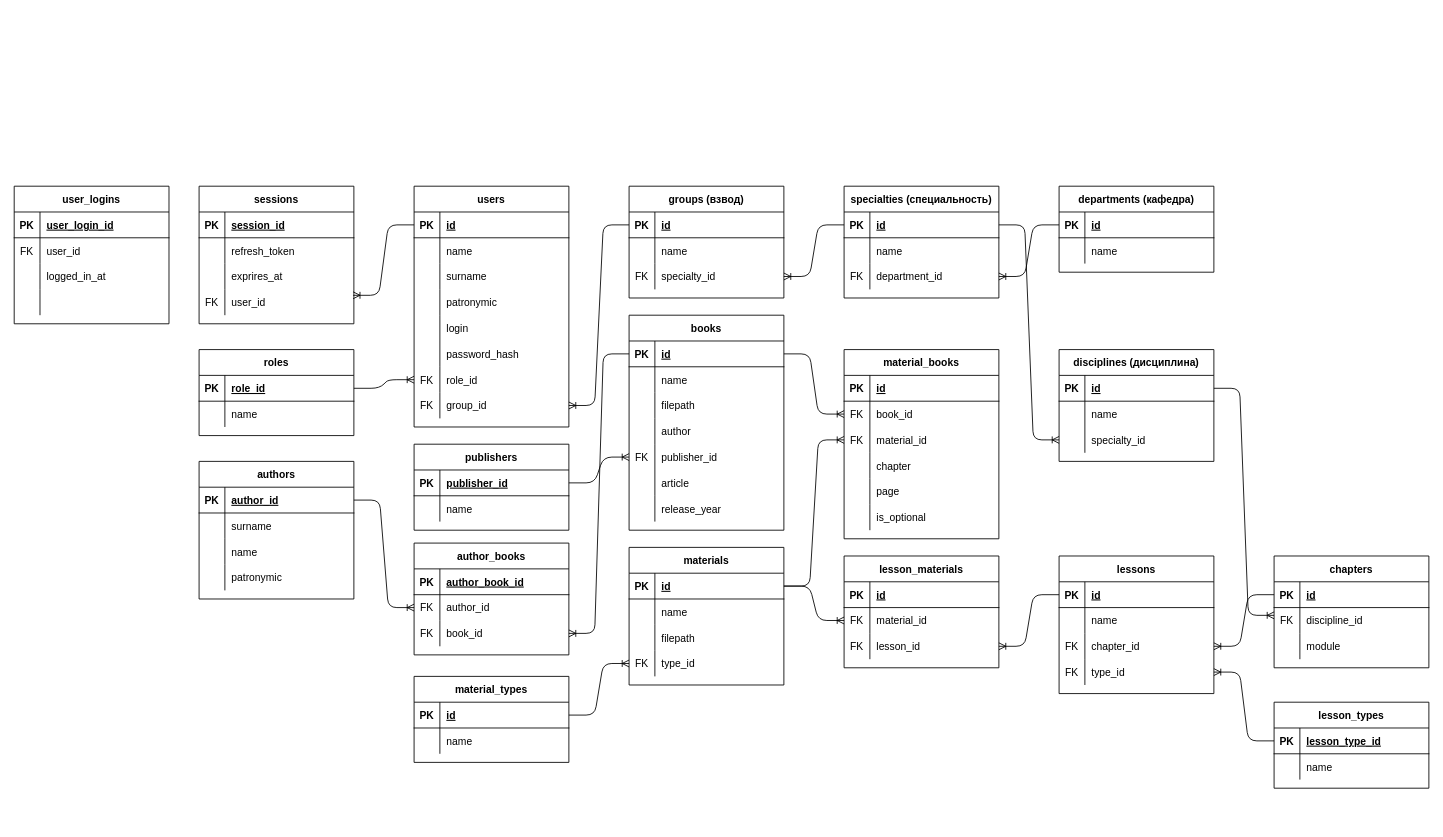
foreverd34d/aumsu-elib keeps this draw.io diagram as db/erd.drawio. Above is the earlier version. Source tidied: cells renumbered, new cells numbered last; positions are measured from the earlier drawing's top-left corner, leaving out a move shared by most shapes. Both pictures are drawn from the tidied source at 86%, with x=0, y=0 at pixel (14, 186).
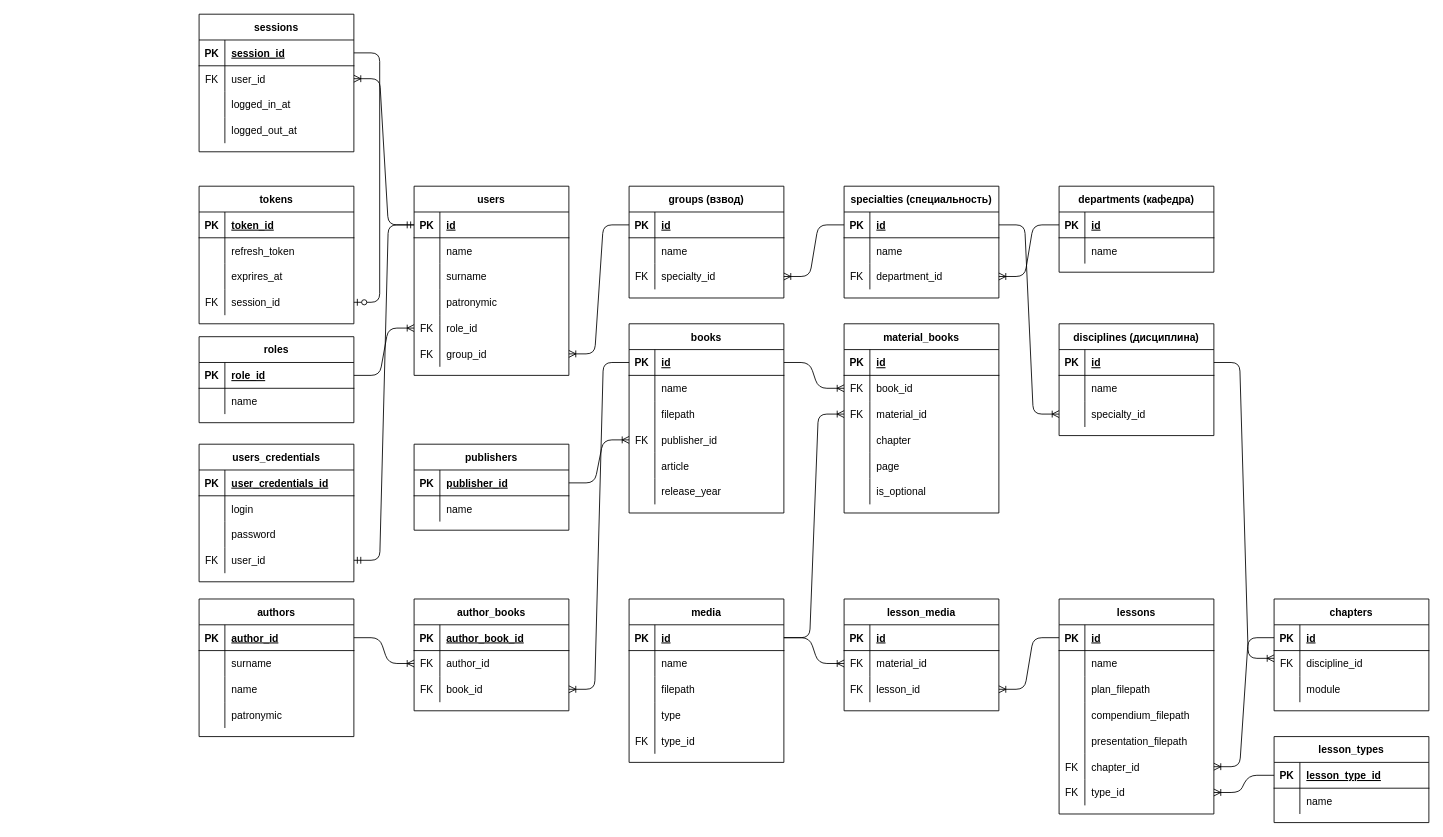
After the change.

The change refers to these unchanged cells:
```xml
<mxCell id="3" style="shape=partialRectangle;fillColor=none;top=0;left=0;bottom=1;right=0;points=[[0,0.5],[1,0.5]];portConstraint=eastwest;" parent="2" vertex="1">
  <mxGeometry y="30" width="180" height="30" as="geometry" />
</mxCell>
<mxCell id="203" style="shape=partialRectangle;fillColor=none;top=0;left=0;bottom=1;right=0;" parent="202" vertex="1">
  <mxGeometry y="30" width="180" height="30" as="geometry" />
</mxCell>
<mxCell id="212" style="shape=partialRectangle;fillColor=none;top=0;left=0;bottom=0;right=0;points=[[0,0.5],[1,0.5]];portConstraint=eastwest;" parent="202" vertex="1">
  <mxGeometry y="120" width="180" height="30" as="geometry" />
</mxCell>
<mxCell id="233" style="shape=partialRectangle;fillColor=none;top=0;left=0;bottom=1;right=0;points=[[0,0.5],[1,0.5]];portConstraint=eastwest;" parent="232" vertex="1">
  <mxGeometry y="30" width="180" height="30" as="geometry" />
</mxCell>
<mxCell id="236" style="shape=partialRectangle;fillColor=none;top=0;left=0;bottom=0;right=0;points=[[0,0.5],[1,0.5]];portConstraint=eastwest;" parent="232" vertex="1">
  <mxGeometry y="60" width="180" height="30" as="geometry" />
</mxCell>
<mxCell id="242" style="shape=partialRectangle;fillColor=none;top=0;left=0;bottom=0;right=0;" parent="232" vertex="1">
  <mxGeometry y="120" width="180" height="30" as="geometry" />
</mxCell>
```

Change to the diagram source:
```diff
@@
     <mxCell id="2" value="users" style="shape=table;startSize=30;childLayout=tableLayout;rowLines=0;fontStyle=1;align=center;rounded=0;" parent="1" vertex="1">
-      <mxGeometry x="465" width="180" height="280" as="geometry" />
+      <mxGeometry x="465" width="180" height="220" as="geometry" />
     </mxCell>
@@
-    <mxCell id="15" style="shape=partialRectangle;fillColor=none;top=0;left=0;bottom=0;right=0;" parent="2" vertex="1">
-      <mxGeometry y="150" width="180" height="30" as="geometry" />
-    </mxCell>
-    <mxCell id="16" style="shape=partialRectangle;fillColor=none;top=0;left=0;bottom=0;right=0;overflow=hidden;" parent="15" vertex="1">
-      <mxGeometry width="30" height="30" as="geometry" />
-    </mxCell>
-    <mxCell id="17" value="login" style="shape=partialRectangle;fillColor=none;top=0;left=0;bottom=0;right=0;align=left;spacingLeft=6;overflow=hidden;" parent="15" vertex="1">
-      <mxGeometry x="30" width="150" height="30" as="geometry" />
-    </mxCell>
-    <mxCell id="18" style="shape=partialRectangle;fillColor=none;top=0;left=0;bottom=0;right=0;" parent="2" vertex="1">
-      <mxGeometry y="180" width="180" height="30" as="geometry" />
-    </mxCell>
-    <mxCell id="19" style="shape=partialRectangle;fillColor=none;top=0;left=0;bottom=0;right=0;overflow=hidden;" parent="18" vertex="1">
-      <mxGeometry width="30" height="30" as="geometry" />
-    </mxCell>
-    <mxCell id="20" value="password_hash" style="shape=partialRectangle;fillColor=none;top=0;left=0;bottom=0;right=0;align=left;spacingLeft=6;overflow=hidden;" parent="18" vertex="1">
-      <mxGeometry x="30" width="150" height="30" as="geometry" />
-    </mxCell>
     <mxCell id="21" style="shape=partialRectangle;fillColor=none;top=0;left=0;bottom=0;right=0;points=[[0,0.5],[1,0.5]];portConstraint=eastwest;" parent="2" vertex="1">
-      <mxGeometry y="210" width="180" height="30" as="geometry" />
+      <mxGeometry y="150" width="180" height="30" as="geometry" />
     </mxCell>
@@
     <mxCell id="24" style="shape=partialRectangle;fillColor=none;top=0;left=0;bottom=0;right=0;points=[[0,0.5],[1,0.5]];portConstraint=eastwest;" parent="2" vertex="1">
-      <mxGeometry y="240" width="180" height="30" as="geometry" />
+      <mxGeometry y="180" width="180" height="30" as="geometry" />
     </mxCell>
@@
-    <mxCell id="57" value="materials" style="shape=table;startSize=30;childLayout=tableLayout;rowLines=0;fontStyle=1;align=center;rounded=0;" parent="1" vertex="1">
-      <mxGeometry x="715" y="420" width="180" height="160" as="geometry" />
+    <mxCell id="57" value="media" style="shape=table;startSize=30;childLayout=tableLayout;rowLines=0;fontStyle=1;align=center;rounded=0;" parent="1" vertex="1">
+      <mxGeometry x="715" y="480" width="180" height="190" as="geometry" />
     </mxCell>
@@
+    <mxCell id="245" style="shape=partialRectangle;fillColor=none;top=0;left=0;bottom=0;right=0;" parent="57" vertex="1">
+      <mxGeometry y="120" width="180" height="30" as="geometry" />
+    </mxCell>
+    <mxCell id="246" style="shape=partialRectangle;fillColor=none;top=0;left=0;bottom=0;right=0;overflow=hidden;" parent="245" vertex="1">
+      <mxGeometry width="30" height="30" as="geometry" />
+    </mxCell>
+    <mxCell id="247" value="type" style="shape=partialRectangle;fillColor=none;top=0;left=0;bottom=0;right=0;align=left;spacingLeft=6;overflow=hidden;" parent="245" vertex="1">
+      <mxGeometry x="30" width="150" height="30" as="geometry" />
+    </mxCell>
     <mxCell id="67" style="shape=partialRectangle;fillColor=none;top=0;left=0;bottom=0;right=0;points=[[0,0.5],[1,0.5]];portConstraint=eastwest;" parent="57" vertex="1">
-      <mxGeometry y="120" width="180" height="30" as="geometry" />
+      <mxGeometry y="150" width="180" height="30" as="geometry" />
     </mxCell>
@@
-    <mxCell id="70" value="material_types" style="shape=table;startSize=30;childLayout=tableLayout;rowLines=0;fontStyle=1;align=center;rounded=0;" parent="1" vertex="1">
-      <mxGeometry x="465" y="570" width="180" height="100" as="geometry" />
-    </mxCell>
-    <mxCell id="71" style="shape=partialRectangle;fillColor=none;top=0;left=0;bottom=1;right=0;points=[[0,0.5],[1,0.5]];portConstraint=eastwest;" parent="70" vertex="1">
-      <mxGeometry y="30" width="180" height="30" as="geometry" />
-    </mxCell>
-    <mxCell id="72" value="PK" style="shape=partialRectangle;fillColor=none;top=0;left=0;bottom=0;right=0;fontStyle=1;overflow=hidden;" parent="71" vertex="1">
-      <mxGeometry width="30" height="30" as="geometry" />
-    </mxCell>
-    <mxCell id="73" value="id" style="shape=partialRectangle;fillColor=none;top=0;left=0;bottom=0;right=0;align=left;spacingLeft=6;fontStyle=5;overflow=hidden;" parent="71" vertex="1">
-      <mxGeometry x="30" width="150" height="30" as="geometry" />
-    </mxCell>
-    <mxCell id="74" style="shape=partialRectangle;fillColor=none;top=0;left=0;bottom=0;right=0;" parent="70" vertex="1">
-      <mxGeometry y="60" width="180" height="30" as="geometry" />
-    </mxCell>
-    <mxCell id="75" style="shape=partialRectangle;fillColor=none;top=0;left=0;bottom=0;right=0;overflow=hidden;" parent="74" vertex="1">
-      <mxGeometry width="30" height="30" as="geometry" />
-    </mxCell>
-    <mxCell id="76" value="name" style="shape=partialRectangle;fillColor=none;top=0;left=0;bottom=0;right=0;align=left;spacingLeft=6;overflow=hidden;" parent="74" vertex="1">
-      <mxGeometry x="30" width="150" height="30" as="geometry" />
-    </mxCell>
-    <mxCell id="77" style="edgeStyle=entityRelationEdgeStyle;fontSize=12;html=1;endArrow=ERoneToMany;exitX=1;exitY=0.5;exitDx=0;exitDy=0;entryX=0;entryY=0.5;entryDx=0;entryDy=0;" parent="1" edge="1" source="71" target="67">
-      <mxGeometry relative="1" as="geometry" />
-    </mxCell>
     <mxCell id="78" value="books" style="shape=table;startSize=30;childLayout=tableLayout;rowLines=0;fontStyle=1;align=center;rounded=0;" parent="1" vertex="1">
-      <mxGeometry x="715" y="150" width="180" height="250" as="geometry" />
+      <mxGeometry x="715" y="160" width="180" height="220" as="geometry" />
     </mxCell>
@@
-    <mxCell id="88" style="shape=partialRectangle;fillColor=none;top=0;left=0;bottom=0;right=0;" parent="78" vertex="1">
-      <mxGeometry y="120" width="180" height="30" as="geometry" />
-    </mxCell>
-    <mxCell id="89" style="shape=partialRectangle;fillColor=none;top=0;left=0;bottom=0;right=0;overflow=hidden;" parent="88" vertex="1">
-      <mxGeometry width="30" height="30" as="geometry" />
-    </mxCell>
-    <mxCell id="90" value="author" style="shape=partialRectangle;fillColor=none;top=0;left=0;bottom=0;right=0;align=left;spacingLeft=6;overflow=hidden;" parent="88" vertex="1">
-      <mxGeometry x="30" width="150" height="30" as="geometry" />
-    </mxCell>
     <mxCell id="91" style="shape=partialRectangle;fillColor=none;top=0;left=0;bottom=0;right=0;points=[[0,0.5],[1,0.5]];portConstraint=eastwest;" parent="78" vertex="1">
-      <mxGeometry y="150" width="180" height="30" as="geometry" />
+      <mxGeometry y="120" width="180" height="30" as="geometry" />
     </mxCell>
@@
     <mxCell id="94" style="shape=partialRectangle;fillColor=none;top=0;left=0;bottom=0;right=0;" parent="78" vertex="1">
-      <mxGeometry y="180" width="180" height="30" as="geometry" />
+      <mxGeometry y="150" width="180" height="30" as="geometry" />
     </mxCell>
@@
     <mxCell id="97" style="shape=partialRectangle;fillColor=none;top=0;left=0;bottom=0;right=0;" parent="78" vertex="1">
-      <mxGeometry y="210" width="180" height="30" as="geometry" />
+      <mxGeometry y="180" width="180" height="30" as="geometry" />
     </mxCell>
@@
     <mxCell id="100" value="material_books" style="shape=table;startSize=30;childLayout=tableLayout;rowLines=0;fontStyle=1;align=center;rounded=0;" parent="1" vertex="1">
-      <mxGeometry x="965" y="190" width="180" height="220" as="geometry" />
+      <mxGeometry x="965" y="160" width="180" height="220" as="geometry" />
     </mxCell>
@@
     <mxCell id="121" value="lessons" style="shape=table;startSize=30;childLayout=tableLayout;rowLines=0;fontStyle=1;align=center;rounded=0;" parent="1" vertex="1">
-      <mxGeometry x="1215" y="430" width="180" height="160" as="geometry" />
+      <mxGeometry x="1215" y="480" width="180" height="250" as="geometry" />
     </mxCell>
@@
+    <mxCell id="248" style="shape=partialRectangle;fillColor=none;top=0;left=0;bottom=0;right=0;" parent="121" vertex="1">
+      <mxGeometry y="90" width="180" height="30" as="geometry" />
+    </mxCell>
+    <mxCell id="249" style="shape=partialRectangle;fillColor=none;top=0;left=0;bottom=0;right=0;overflow=hidden;" parent="248" vertex="1">
+      <mxGeometry width="30" height="30" as="geometry" />
+    </mxCell>
+    <mxCell id="250" value="plan_filepath" style="shape=partialRectangle;fillColor=none;top=0;left=0;bottom=0;right=0;align=left;spacingLeft=6;overflow=hidden;" parent="248" vertex="1">
+      <mxGeometry x="30" width="150" height="30" as="geometry" />
+    </mxCell>
+    <mxCell id="251" style="shape=partialRectangle;fillColor=none;top=0;left=0;bottom=0;right=0;" parent="121" vertex="1">
+      <mxGeometry y="120" width="180" height="30" as="geometry" />
+    </mxCell>
+    <mxCell id="252" style="shape=partialRectangle;fillColor=none;top=0;left=0;bottom=0;right=0;overflow=hidden;" parent="251" vertex="1">
+      <mxGeometry width="30" height="30" as="geometry" />
+    </mxCell>
+    <mxCell id="253" value="compendium_filepath" style="shape=partialRectangle;fillColor=none;top=0;left=0;bottom=0;right=0;align=left;spacingLeft=6;overflow=hidden;" parent="251" vertex="1">
+      <mxGeometry x="30" width="150" height="30" as="geometry" />
+    </mxCell>
+    <mxCell id="15" style="shape=partialRectangle;fillColor=none;top=0;left=0;bottom=0;right=0;" parent="121" vertex="1">
+      <mxGeometry y="150" width="180" height="30" as="geometry" />
+    </mxCell>
+    <mxCell id="254" style="shape=partialRectangle;fillColor=none;top=0;left=0;bottom=0;right=0;overflow=hidden;" parent="15" vertex="1">
+      <mxGeometry width="30" height="30" as="geometry" />
+    </mxCell>
+    <mxCell id="255" value="presentation_filepath" style="shape=partialRectangle;fillColor=none;top=0;left=0;bottom=0;right=0;align=left;spacingLeft=6;overflow=hidden;" parent="15" vertex="1">
+      <mxGeometry x="30" width="150" height="30" as="geometry" />
+    </mxCell>
     <mxCell id="128" style="shape=partialRectangle;fillColor=none;top=0;left=0;bottom=0;right=0;points=[[0,0.5],[1,0.5]];portConstraint=eastwest;" parent="121" vertex="1">
-      <mxGeometry y="90" width="180" height="30" as="geometry" />
+      <mxGeometry y="180" width="180" height="30" as="geometry" />
     </mxCell>
@@
     <mxCell id="131" style="shape=partialRectangle;fillColor=none;top=0;left=0;bottom=0;right=0;points=[[0,0.5],[1,0.5]];portConstraint=eastwest;" parent="121" vertex="1">
-      <mxGeometry y="120" width="180" height="30" as="geometry" />
+      <mxGeometry y="210" width="180" height="30" as="geometry" />
     </mxCell>
@@
     <mxCell id="134" value="chapters" style="shape=table;startSize=30;childLayout=tableLayout;rowLines=0;fontStyle=1;align=center;rounded=0;" parent="1" vertex="1">
-      <mxGeometry x="1465" y="430" width="180" height="130" as="geometry" />
+      <mxGeometry x="1465" y="480" width="180" height="130" as="geometry" />
     </mxCell>
@@
-    <mxCell id="144" value="lesson_materials" style="shape=table;startSize=30;childLayout=tableLayout;rowLines=0;fontStyle=1;align=center;rounded=0;" parent="1" vertex="1">
-      <mxGeometry x="965" y="430" width="180" height="130" as="geometry" />
+    <mxCell id="144" value="lesson_media" style="shape=table;startSize=30;childLayout=tableLayout;rowLines=0;fontStyle=1;align=center;rounded=0;" parent="1" vertex="1">
+      <mxGeometry x="965" y="480" width="180" height="130" as="geometry" />
     </mxCell>
@@
     <mxCell id="157" value="disciplines (дисциплина)" style="shape=table;startSize=30;childLayout=tableLayout;rowLines=0;fontStyle=1;align=center;rounded=0;flipV=0;flipH=0;" parent="1" vertex="1">
-      <mxGeometry x="1215" y="190" width="180" height="130" as="geometry" />
+      <mxGeometry x="1215" y="160" width="180" height="130" as="geometry" />
     </mxCell>
@@
     <mxCell id="169" value="roles" style="shape=table;startSize=30;childLayout=tableLayout;rowLines=0;fontStyle=1;align=center;" parent="1" vertex="1">
-      <mxGeometry x="215" y="190" width="180" height="100" as="geometry" />
+      <mxGeometry x="215" y="175" width="180" height="100" as="geometry" />
     </mxCell>
@@
     <mxCell id="177" value="authors" style="shape=table;startSize=30;childLayout=tableLayout;rowLines=0;fontStyle=1;align=center;" parent="1" vertex="1">
-      <mxGeometry x="215" y="320" width="180" height="160" as="geometry" />
+      <mxGeometry x="215" y="480" width="180" height="160" as="geometry" />
     </mxCell>
@@
     <mxCell id="190" value="author_books" style="shape=table;startSize=30;childLayout=tableLayout;rowLines=0;fontStyle=1;align=center;" parent="1" vertex="1">
-      <mxGeometry x="465" y="415" width="180" height="130" as="geometry" />
+      <mxGeometry x="465" y="480" width="180" height="130" as="geometry" />
     </mxCell>
@@
-    <mxCell id="202" value="sessions" style="shape=table;startSize=30;childLayout=tableLayout;rowLines=0;fontStyle=1;align=center;" parent="1" vertex="1">
+    <mxCell id="202" value="tokens" style="shape=table;startSize=30;childLayout=tableLayout;rowLines=0;fontStyle=1;align=center;" parent="1" vertex="1">
       <mxGeometry x="215" width="180" height="160" as="geometry" />
     </mxCell>
@@
-    <mxCell id="205" value="session_id" style="shape=partialRectangle;fillColor=none;top=0;left=0;bottom=0;right=0;align=left;spacingLeft=6;fontStyle=5;overflow=hidden;" parent="203" vertex="1">
+    <mxCell id="205" value="token_id" style="shape=partialRectangle;fillColor=none;top=0;left=0;bottom=0;right=0;align=left;spacingLeft=6;fontStyle=5;overflow=hidden;" parent="203" vertex="1">
       <mxGeometry x="30" width="150" height="30" as="geometry" />
     </mxCell>
@@
-    <mxCell id="214" value="user_id" style="shape=partialRectangle;fillColor=none;top=0;left=0;bottom=0;right=0;align=left;spacingLeft=6;overflow=hidden;" parent="212" vertex="1">
+    <mxCell id="214" value="session_id" style="shape=partialRectangle;fillColor=none;top=0;left=0;bottom=0;right=0;align=left;spacingLeft=6;overflow=hidden;" parent="212" vertex="1">
       <mxGeometry x="30" width="150" height="30" as="geometry" />
     </mxCell>
-    <mxCell id="215" style="edgeStyle=entityRelationEdgeStyle;fontSize=12;html=1;endArrow=ERoneToMany;entryX=0.995;entryY=0.229;entryDx=0;entryDy=0;entryPerimeter=0;exitX=0;exitY=0.5;exitDx=0;exitDy=0;" parent="1" edge="1" source="3" target="212">
-      <mxGeometry relative="1" as="geometry" />
-    </mxCell>
     <mxCell id="216" value="lesson_types" style="shape=table;startSize=30;childLayout=tableLayout;rowLines=0;fontStyle=1;align=center;" parent="1" vertex="1">
-      <mxGeometry x="1465" y="600" width="180" height="100" as="geometry" />
+      <mxGeometry x="1465" y="640" width="180" height="100" as="geometry" />
     </mxCell>
@@
-    <mxCell id="232" value="user_logins" style="shape=table;startSize=30;childLayout=tableLayout;rowLines=0;fontStyle=1;align=center;" parent="1" vertex="1">
-      <mxGeometry width="180" height="160" as="geometry" />
+    <mxCell id="232" value="sessions" style="shape=table;startSize=30;childLayout=tableLayout;rowLines=0;fontStyle=1;align=center;" parent="1" vertex="1">
+      <mxGeometry x="215" y="-200" width="180" height="160" as="geometry" />
     </mxCell>
@@
-    <mxCell id="235" value="user_login_id" style="shape=partialRectangle;fillColor=none;top=0;left=0;bottom=0;right=0;align=left;spacingLeft=6;fontStyle=5;overflow=hidden;" parent="233" vertex="1">
+    <mxCell id="235" value="session_id" style="shape=partialRectangle;fillColor=none;top=0;left=0;bottom=0;right=0;align=left;spacingLeft=6;fontStyle=5;overflow=hidden;" parent="233" vertex="1">
       <mxGeometry x="30" width="150" height="30" as="geometry" />
     </mxCell>
@@
-    <mxCell id="244" style="shape=partialRectangle;fillColor=none;top=0;left=0;bottom=0;right=0;align=left;spacingLeft=6;overflow=hidden;" parent="242" vertex="1">
+    <mxCell id="244" value="logged_out_at" style="shape=partialRectangle;fillColor=none;top=0;left=0;bottom=0;right=0;align=left;spacingLeft=6;overflow=hidden;" parent="242" vertex="1">
       <mxGeometry x="30" width="150" height="30" as="geometry" />
     </mxCell>
+    <mxCell id="256" value="users_credentials" style="shape=table;startSize=30;childLayout=tableLayout;rowLines=0;fontStyle=1;align=center;" parent="1" vertex="1">
+      <mxGeometry x="215" y="300" width="180" height="160" as="geometry" />
+    </mxCell>
+    <mxCell id="71" style="shape=partialRectangle;fillColor=none;top=0;left=0;bottom=1;right=0;points=[[0,0.5],[1,0.5]];portConstraint=eastwest;" parent="256" vertex="1">
+      <mxGeometry y="30" width="180" height="30" as="geometry" />
+    </mxCell>
+    <mxCell id="72" value="PK" style="shape=partialRectangle;fillColor=none;top=0;left=0;bottom=0;right=0;fontStyle=1;overflow=hidden;" parent="71" vertex="1">
+      <mxGeometry width="30" height="30" as="geometry" />
+    </mxCell>
+    <mxCell id="257" value="user_credentials_id" style="shape=partialRectangle;fillColor=none;top=0;left=0;bottom=0;right=0;align=left;spacingLeft=6;fontStyle=5;overflow=hidden;" parent="71" vertex="1">
+      <mxGeometry x="30" width="150" height="30" as="geometry" />
+    </mxCell>
+    <mxCell id="74" style="shape=partialRectangle;fillColor=none;top=0;left=0;bottom=0;right=0;" parent="256" vertex="1">
+      <mxGeometry y="60" width="180" height="30" as="geometry" />
+    </mxCell>
+    <mxCell id="258" style="shape=partialRectangle;fillColor=none;top=0;left=0;bottom=0;right=0;overflow=hidden;" parent="74" vertex="1">
+      <mxGeometry width="30" height="30" as="geometry" />
+    </mxCell>
+    <mxCell id="17" value="login" style="shape=partialRectangle;fillColor=none;top=0;left=0;bottom=0;right=0;align=left;spacingLeft=6;overflow=hidden;" parent="74" vertex="1">
+      <mxGeometry x="30" width="150" height="30" as="geometry" />
+    </mxCell>
+    <mxCell id="259" style="shape=partialRectangle;fillColor=none;top=0;left=0;bottom=0;right=0;" parent="256" vertex="1">
+      <mxGeometry y="90" width="180" height="30" as="geometry" />
+    </mxCell>
+    <mxCell id="260" style="shape=partialRectangle;fillColor=none;top=0;left=0;bottom=0;right=0;overflow=hidden;" parent="259" vertex="1">
+      <mxGeometry width="30" height="30" as="geometry" />
+    </mxCell>
+    <mxCell id="261" value="password" style="shape=partialRectangle;fillColor=none;top=0;left=0;bottom=0;right=0;align=left;spacingLeft=6;overflow=hidden;" parent="259" vertex="1">
+      <mxGeometry x="30" width="150" height="30" as="geometry" />
+    </mxCell>
+    <mxCell id="262" style="shape=partialRectangle;fillColor=none;top=0;left=0;bottom=0;right=0;points=[[0,0.5],[1,0.5]];portConstraint=eastwest;" parent="256" vertex="1">
+      <mxGeometry y="120" width="180" height="30" as="geometry" />
+    </mxCell>
+    <mxCell id="263" value="FK" style="shape=partialRectangle;fillColor=none;top=0;left=0;bottom=0;right=0;overflow=hidden;" parent="262" vertex="1">
+      <mxGeometry width="30" height="30" as="geometry" />
+    </mxCell>
+    <mxCell id="264" value="user_id" style="shape=partialRectangle;fillColor=none;top=0;left=0;bottom=0;right=0;align=left;spacingLeft=6;overflow=hidden;" parent="262" vertex="1">
+      <mxGeometry x="30" width="150" height="30" as="geometry" />
+    </mxCell>
+    <mxCell id="265" style="edgeStyle=entityRelationEdgeStyle;fontSize=12;html=1;endArrow=ERmandOne;startArrow=ERmandOne;exitX=1;exitY=0.5;exitDx=0;exitDy=0;entryX=0;entryY=0.5;entryDx=0;entryDy=0;" parent="1" edge="1" source="262" target="3">
+      <mxGeometry relative="1" as="geometry" />
+    </mxCell>
+    <mxCell id="266" style="edgeStyle=entityRelationEdgeStyle;fontSize=12;html=1;endArrow=ERoneToMany;entryX=1;entryY=0.5;entryDx=0;entryDy=0;exitX=0;exitY=0.5;exitDx=0;exitDy=0;" parent="1" edge="1" source="3" target="236">
+      <mxGeometry relative="1" as="geometry" />
+    </mxCell>
+    <mxCell id="267" style="edgeStyle=entityRelationEdgeStyle;fontSize=12;html=1;endArrow=ERzeroToOne;endFill=1;exitX=1;exitY=0.5;exitDx=0;exitDy=0;entryX=1;entryY=0.5;entryDx=0;entryDy=0;" parent="1" edge="1" source="233" target="212">
+      <mxGeometry relative="1" as="geometry" />
+    </mxCell>
```
